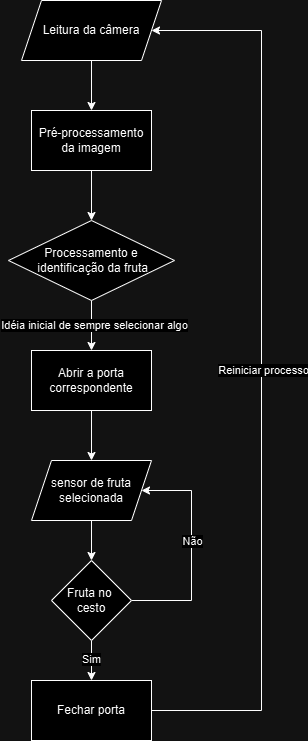
Jaumm111/PI3-2025-1 keeps this draw.io diagram as images/Diagrama/PI3.drawio.png. Above is the earlier version. Source tidied: cells renumbered, new cells last; positions are measured from the earlier drawing's top-left corner, leaving out a move shared by most shapes.
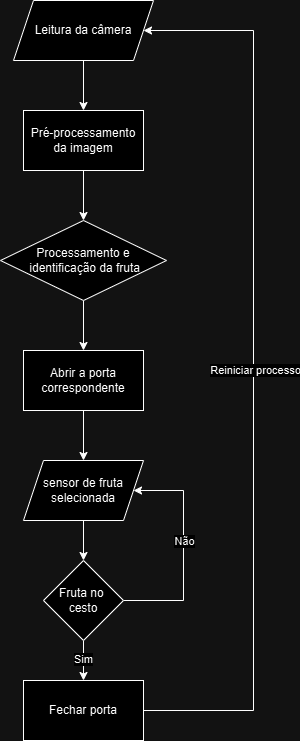
After the change.

Change to the diagram source:
```diff
@@ -20,9 +20,6 @@
     <mxCell id="7" value="&lt;div&gt;&lt;br&gt;&lt;/div&gt;" style="edgeLabel;html=1;align=center;verticalAlign=middle;" parent="6" vertex="1">
       <mxGeometry x="-0.16" y="1" relative="1" as="geometry" />
     </mxCell>
-    <mxCell id="8" value="Idéia inicial de sempre selecionar algo" style="edgeLabel;html=1;align=center;verticalAlign=middle;" parent="6" vertex="1">
-      <mxGeometry x="-0.05" y="2" relative="1" as="geometry" />
-    </mxCell>
     <mxCell id="9" value="Processamento&lt;span style=&quot;background-color: initial;&quot;&gt;&amp;nbsp;e&lt;/span&gt;&lt;div&gt;&lt;span style=&quot;background-color: initial;&quot;&gt;&amp;nbsp;identificação da fruta&lt;/span&gt;&lt;/div&gt;" style="rhombus;whiteSpace=wrap;html=1;" parent="1" vertex="1">
       <mxGeometry y="220" width="166" height="80" as="geometry" />
     </mxCell>
```
